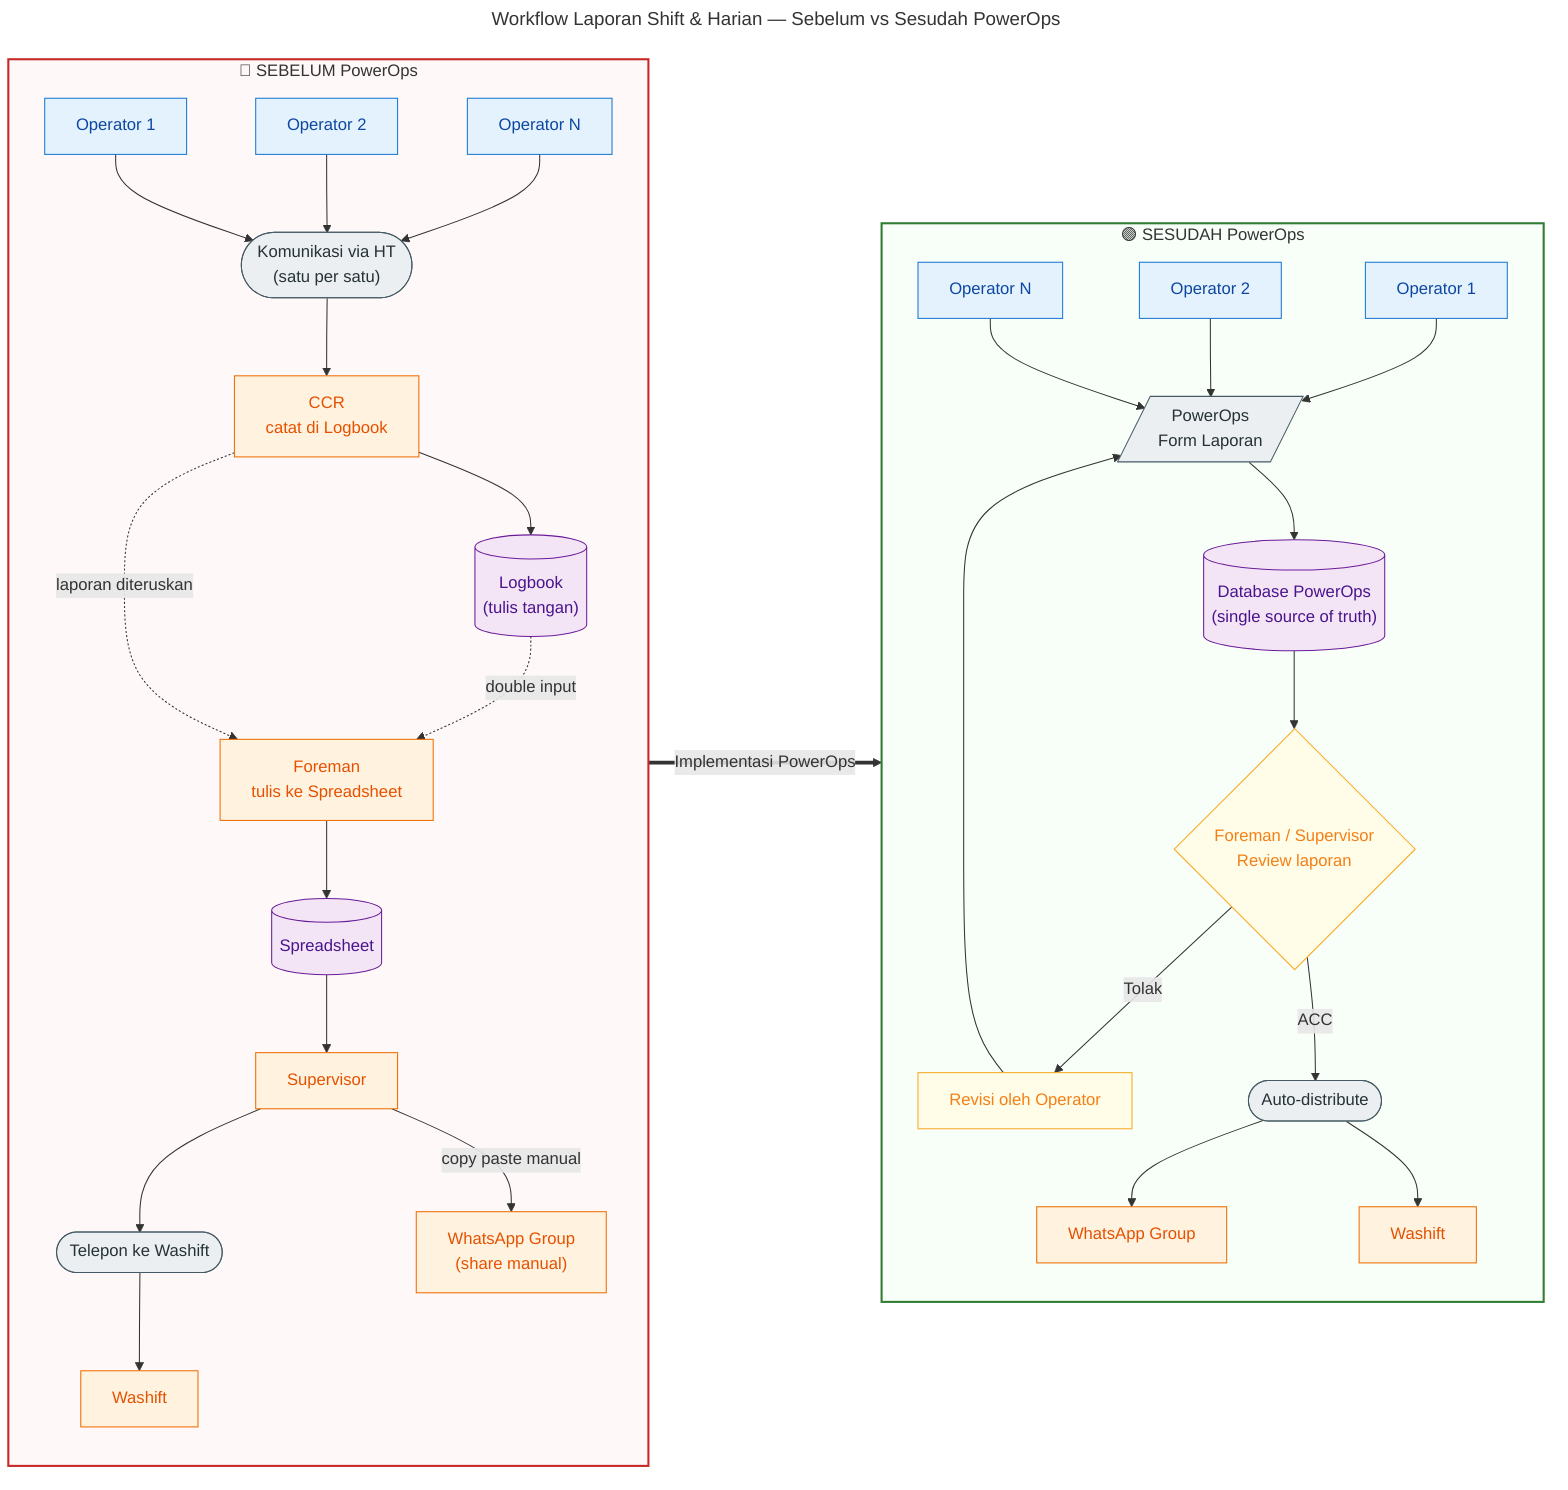
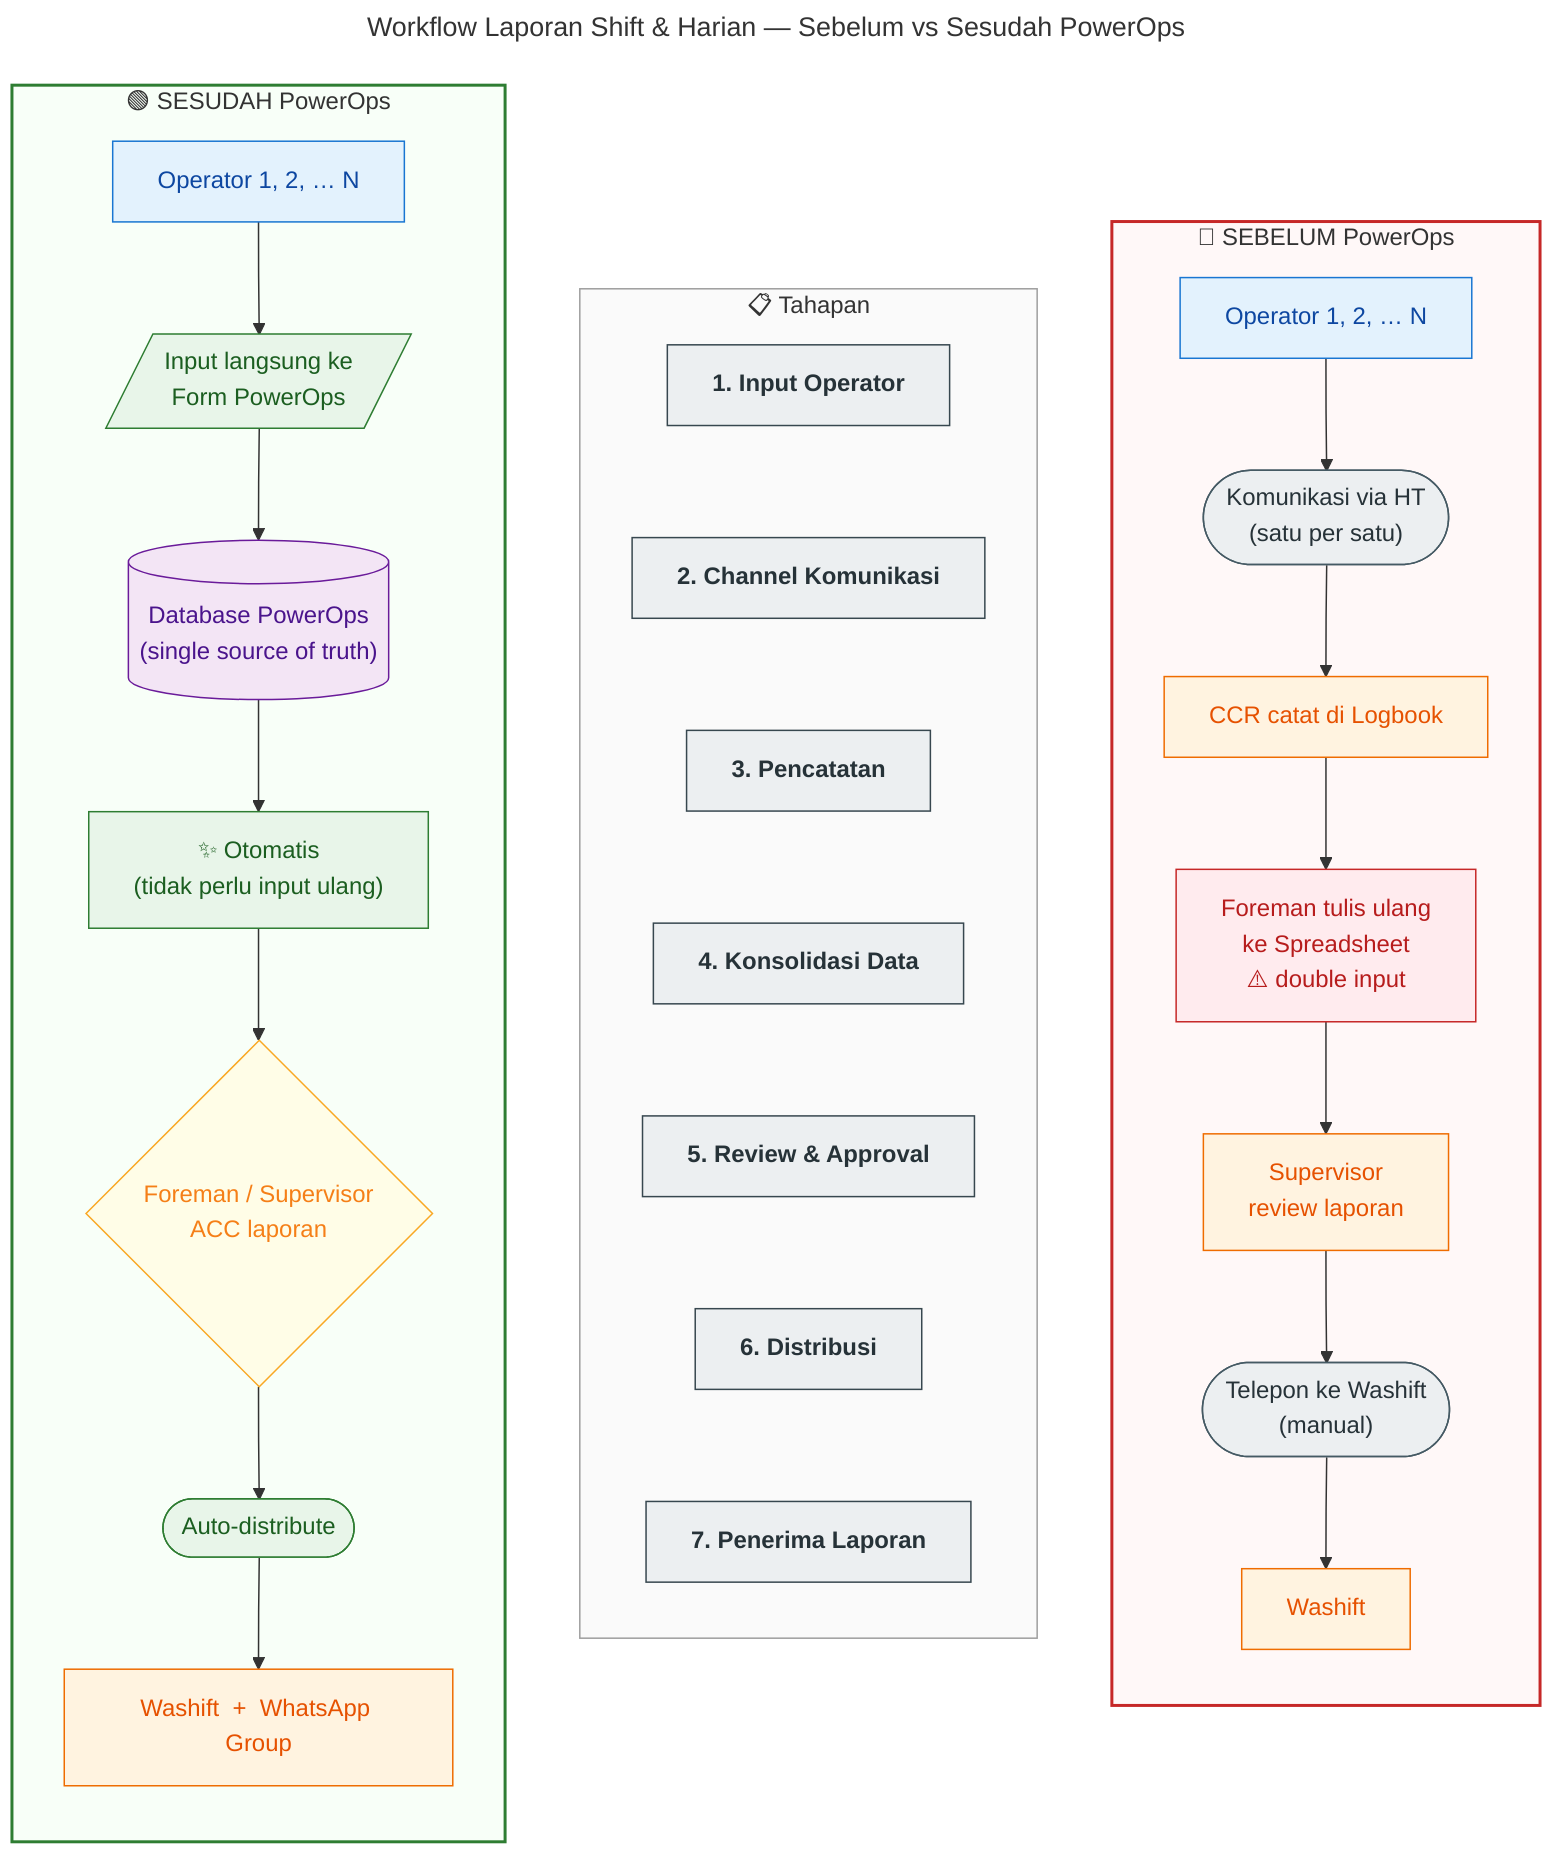
---
title: Workflow Laporan Shift & Harian — Sebelum vs Sesudah PowerOps
---
flowchart LR

%% ============== SEBELUM ==============
subgraph BEFORE["🔴 SEBELUM PowerOps"]
    direction TB
-     OP1B["Operator 1"]
-     OP2B["Operator 2"]
-     OPNB["Operator N"]
+     OP_B["Operator 1, 2, … N"]
    HT(["Komunikasi via HT<br/>(satu per satu)"])
-     CCRB["CCR<br/>catat di Logbook"]
-     LOG[("Logbook<br/>(tulis tangan)")]
-     FOREB["Foreman<br/>tulis ke Spreadsheet"]
-     SS[("Spreadsheet")]
-     SUPB["Supervisor"]
-     TEL(["Telepon ke Washift"])
+     CCRB["CCR catat di Logbook"]
+     FOREB["Foreman tulis ulang<br/>ke Spreadsheet<br/>⚠️ double input"]
+     SUPB["Supervisor<br/>review laporan"]
+     TEL(["Telepon ke Washift<br/>(manual)"])
    WAB["Washift"]
-     WAG1["WhatsApp Group<br/>(share manual)"]

-     OP1B --> HT
-     OP2B --> HT
-     OPNB --> HT
-     HT --> CCRB
-     CCRB --> LOG
-     CCRB -.->|"laporan diteruskan"| FOREB
-     LOG -.->|"double input"| FOREB
-     FOREB --> SS
-     SS --> SUPB
-     SUPB --> TEL --> WAB
-     SUPB -->|"copy paste manual"| WAG1
+     OP_B --> HT --> CCRB --> FOREB --> SUPB --> TEL --> WAB
+ end
+ 
+ %% ============== TAHAPAN (kolom tengah, label per stage) ==============
+ subgraph STAGES["📋 Tahapan"]
+     direction TB
+     T1["1. Input Operator"]
+     T2["2. Channel Komunikasi"]
+     T3["3. Pencatatan"]
+     T4["4. Konsolidasi Data"]
+     T5["5. Review &amp; Approval"]
+     T6["6. Distribusi"]
+     T7["7. Penerima Laporan"]
+ 
+     T1 ~~~ T2 ~~~ T3 ~~~ T4 ~~~ T5 ~~~ T6 ~~~ T7
end

%% ============== SESUDAH ==============
subgraph AFTER["🟢 SESUDAH PowerOps"]
    direction TB
-     OP1A["Operator 1"]
-     OP2A["Operator 2"]
-     OPNA["Operator N"]
-     PO[/"PowerOps<br/>Form Laporan"/]
+     OP_A["Operator 1, 2, … N"]
+     PO[/"Input langsung ke<br/>Form PowerOps"/]
    DB[("Database PowerOps<br/>(single source of truth)")]
-     REVIEW{"Foreman / Supervisor<br/>Review laporan"}
-     REVISI["Revisi oleh Operator"]
+     SKIP["✨ Otomatis<br/>(tidak perlu input ulang)"]
+     REVIEW{"Foreman / Supervisor<br/>ACC laporan"}
    AUTO(["Auto-distribute"])
-     WAGA["WhatsApp Group"]
-     WAA["Washift"]
+     RECV["Washift &nbsp;+&nbsp; WhatsApp Group"]

-     OP1A --> PO
-     OP2A --> PO
-     OPNA --> PO
-     PO --> DB
-     DB --> REVIEW
-     REVIEW -- "Tolak" --> REVISI --> PO
-     REVIEW -- "ACC" --> AUTO
-     AUTO --> WAGA
-     AUTO --> WAA
+     OP_A --> PO --> DB --> SKIP --> REVIEW --> AUTO --> RECV
end

- BEFORE ==>|"Implementasi PowerOps"| AFTER
+ %% ============== ALIGN per tahap (invisible links) ==============
+ OP_A ~~~ T1 ~~~ OP_B
+ PO   ~~~ T2 ~~~ HT
+ DB   ~~~ T3 ~~~ CCRB
+ SKIP ~~~ T4 ~~~ FOREB
+ REVIEW ~~~ T5 ~~~ SUPB
+ AUTO ~~~ T6 ~~~ TEL
+ RECV ~~~ T7 ~~~ WAB

%% ============== STYLING ==============
+ classDef stageNode fill:#ECEFF1,stroke:#37474F,color:#263238,font-weight:bold;
classDef opNode fill:#E3F2FD,stroke:#1976D2,color:#0D47A1;
classDef sysNode fill:#FFF3E0,stroke:#EF6C00,color:#E65100;
classDef storeNode fill:#F3E5F5,stroke:#6A1B9A,color:#4A148C;
classDef reviewNode fill:#FFFDE7,stroke:#F9A825,color:#F57F17;
classDef commNode fill:#ECEFF1,stroke:#455A64,color:#263238;
+ classDef autoNode fill:#E8F5E9,stroke:#2E7D32,color:#1B5E20;
+ classDef warnNode fill:#FFEBEE,stroke:#C62828,color:#B71C1C;

- class OP1B,OP2B,OPNB,OP1A,OP2A,OPNA opNode;
- class CCRB,FOREB,SUPB,WAB,WAA,WAGA,WAG1 sysNode;
- class LOG,SS,DB storeNode;
- class REVIEW,REVISI reviewNode;
- class HT,TEL,AUTO,PO commNode;
+ class T1,T2,T3,T4,T5,T6,T7 stageNode;
+ class OP_B,OP_A opNode;
+ class CCRB,SUPB,WAB,RECV sysNode;
+ class FOREB warnNode;
+ class DB storeNode;
+ class REVIEW reviewNode;
+ class HT,TEL commNode;
+ class PO,AUTO,SKIP autoNode;

style BEFORE fill:#FFF8F8,stroke:#C62828,stroke-width:2px;
style AFTER fill:#F8FFF8,stroke:#2E7D32,stroke-width:2px;
+ style STAGES fill:#FAFAFA,stroke:#9E9E9E,stroke-width:1px;
